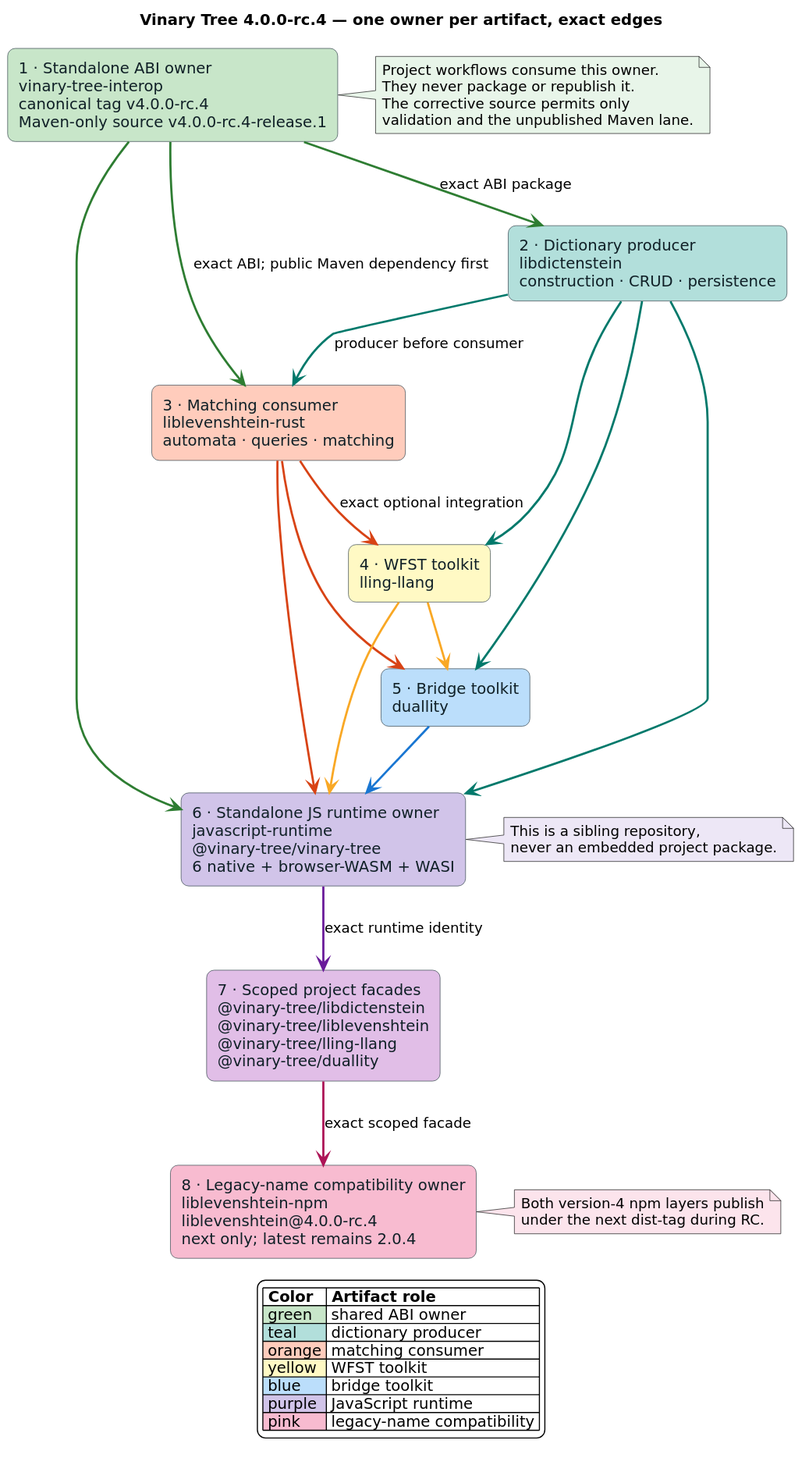
This is docs/diagrams/bindings/registry-topology.svg from vinary-tree/liblevenshtein-rust, a PlantUML export, as it was before one commit.
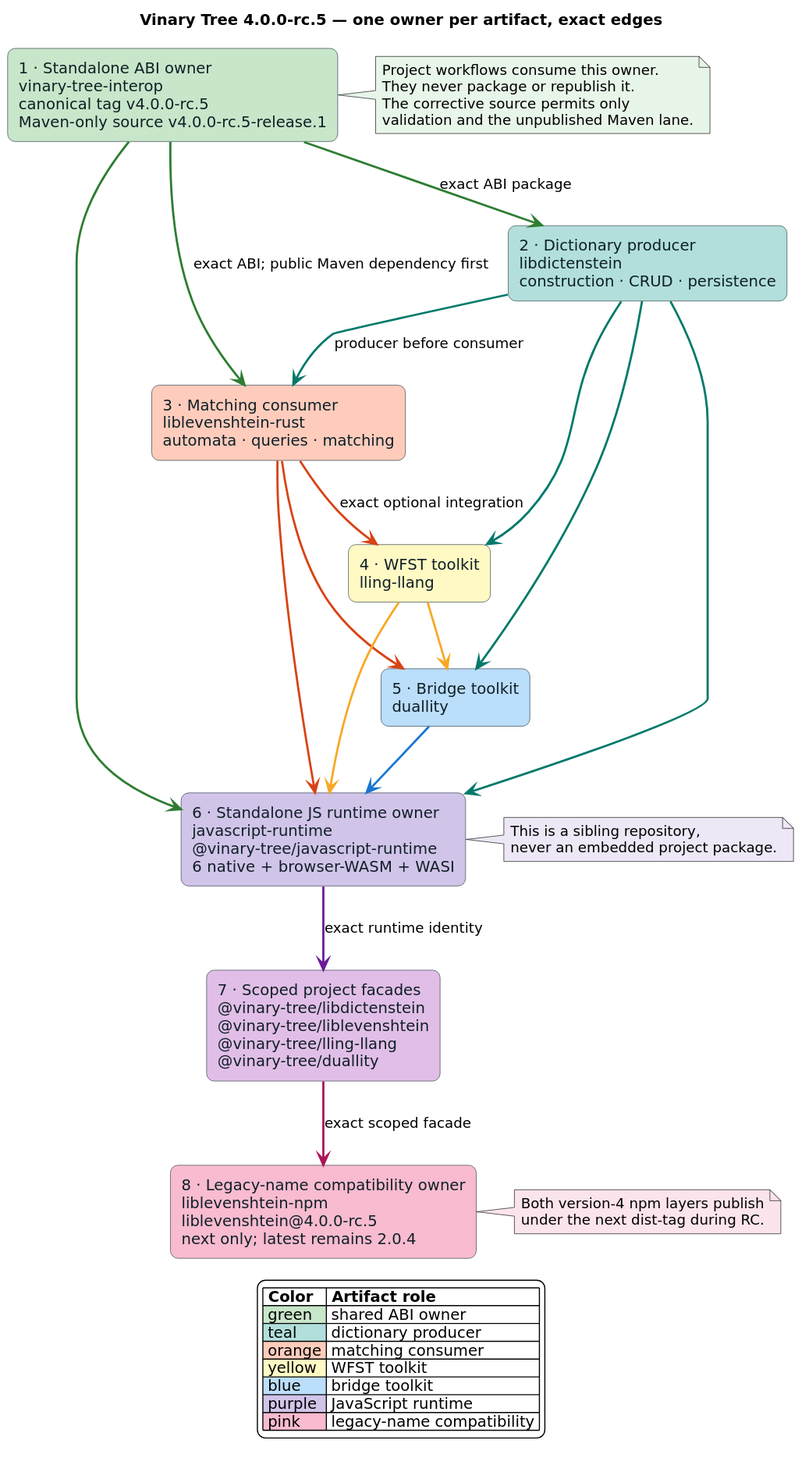
After the change.

What changed in the source:
```diff
@@ -11,18 +11,18 @@
 skinparam ArrowThickness 2
 top to bottom direction
 
-title Vinary Tree 4.0.0-rc.4 — one owner per artifact, exact edges
+title Vinary Tree 4.0.0-rc.5 — one owner per artifact, exact edges
 
-rectangle "1 · Standalone ABI owner\nvinary-tree-interop\ncanonical tag v4.0.0-rc.4\nMaven-only source v4.0.0-rc.4-release.1" as INTEROP #C8E6C9
+rectangle "1 · Standalone ABI owner\nvinary-tree-interop\ncanonical tag v4.0.0-rc.5\nMaven-only source v4.0.0-rc.5-release.1" as INTEROP #C8E6C9
 
 rectangle "2 · Dictionary producer\nlibdictenstein\nconstruction · CRUD · persistence" as LDICT #B2DFDB
 rectangle "3 · Matching consumer\nliblevenshtein-rust\nautomata · queries · matching" as LLEV #FFCCBC
 rectangle "4 · WFST toolkit\nlling-llang" as LLING #FFF9C4
 rectangle "5 · Bridge toolkit\nduallity" as DUAL #BBDEFB
 
-rectangle "6 · Standalone JS runtime owner\njavascript-runtime\n@vinary-tree/vinary-tree\n6 native + browser-WASM + WASI" as RUNTIME #D1C4E9
+rectangle "6 · Standalone JS runtime owner\njavascript-runtime\n@vinary-tree/javascript-runtime\n6 native + browser-WASM + WASI" as RUNTIME #D1C4E9
 rectangle "7 · Scoped project facades\n@vinary-tree/libdictenstein\n@vinary-tree/liblevenshtein\n@vinary-tree/lling-llang\n@vinary-tree/duallity" as SCOPED #E1BEE7
-rectangle "8 · Legacy-name compatibility owner\nliblevenshtein-npm\nliblevenshtein@4.0.0-rc.4\nnext only; latest remains 2.0.4" as COMPAT #F8BBD0
+rectangle "8 · Legacy-name compatibility owner\nliblevenshtein-npm\nliblevenshtein@4.0.0-rc.5\nnext only; latest remains 2.0.4" as COMPAT #F8BBD0
 
 INTEROP -[#2E7D32]-> LDICT : exact ABI package
 INTEROP -[#2E7D32]-> LLEV : exact ABI; public Maven dependency first
```
